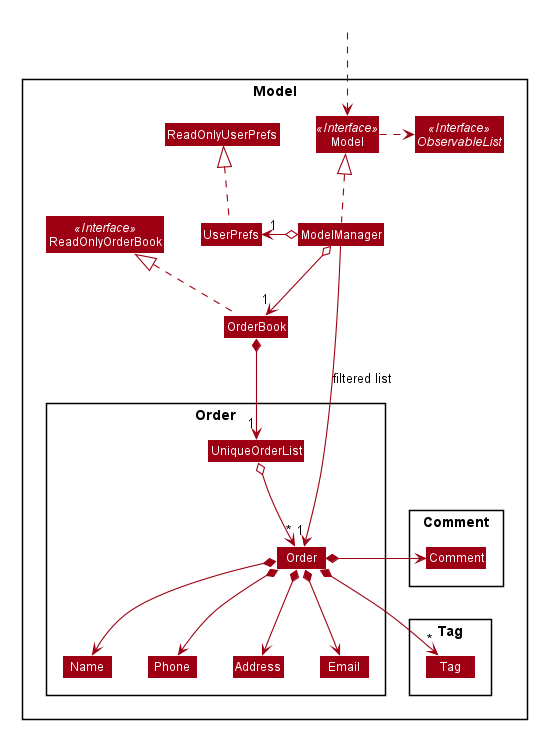
nus-cs2103-AY1920S2/addressbook-level3 keeps this PlantUML diagram as docs/images/ModelClassDiagram.png. Above is the earlier version. Source of this version:
```plantuml
@startuml








skinparam BackgroundColor #FFFFFFF

skinparam Shadowing false

skinparam Class {
    FontColor #FFFFFF
    BorderThickness 1
    BorderColor #FFFFFF
    StereotypeFontColor #FFFFFF
    FontName Arial
}

skinparam Actor {
    BorderColor #000000
    Color #000000
    FontName Arial
}

skinparam Sequence {
    MessageAlign center
    BoxFontSize 15
    BoxPadding 0
    BoxFontColor #FFFFFF
    FontName Arial
}

skinparam Participant {
    FontColor #FFFFFFF
    Padding 20
}

skinparam MinClassWidth 50
skinparam ParticipantPadding 10
skinparam Shadowing false
skinparam DefaultTextAlignment center
skinparam packageStyle Rectangle

hide footbox
hide members
hide circle
skinparam arrowThickness 1.1
skinparam arrowColor #9D0012
skinparam classBackgroundColor #9D0012

Package Model <<Rectangle>>{
Interface ReadOnlyOrderBook <<Interface>>
Interface Model <<Interface>>
Interface ObservableList <<Interface>>
Class OrderBook
Class ReadOnlyOrderBook
Class Model
Class ModelManager
Class UserPrefs
Class ReadOnlyUserPrefs

Package Order {
Class Order
Class Address
Class Email
Class Name
Class Phone
Class UniqueOrderList
}

Package Tag {
Class Tag
}

Package Comment {
Class Comment
}
}

Class HiddenOutside #FFFFFF
HiddenOutside ..> Model

OrderBook .up.|> ReadOnlyOrderBook

ModelManager .up.|> Model
Model .right.> ObservableList
ModelManager o--> "1" OrderBook
ModelManager o-left-> "1" UserPrefs
UserPrefs .up.|> ReadOnlyUserPrefs

OrderBook *--> "1" UniqueOrderList
UniqueOrderList o--> "*" Order
Order *--> Name
Order *--> Phone
Order *--> Email
Order *--> Address
Order *--> "*" Tag
Order *--> Comment

Name -[hidden]right-> Phone
Phone -[hidden]right-> Address
Address -[hidden]right-> Email
Order -[hidden]left-> Comment

ModelManager -->"1" Order : filtered list
@enduml
```
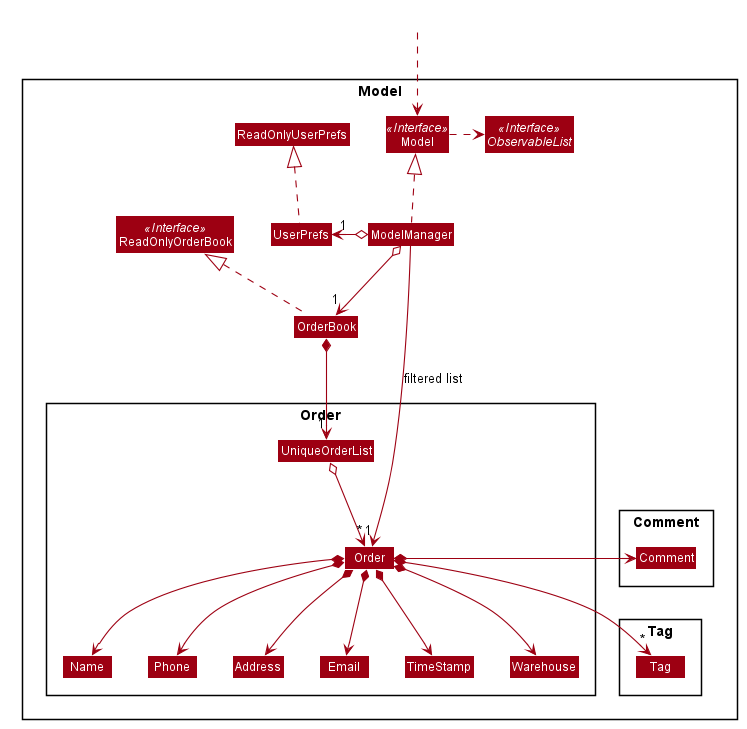
The same diagram one commit later.

Commit message:
Edit the UML diagram for model class, as new class, TimeStamp being added into the model.

The edit, as a diff of the source:
```diff
@@ -69,6 +69,8 @@
 Class Name
 Class Phone
 Class UniqueOrderList
+Class Warehouse
+Class TimeStamp
 }
 
 Package Tag {
@@ -98,12 +100,15 @@
 Order *--> Email
 Order *--> Address
 Order *--> "*" Tag
+Order *--> Warehouse
 Order *--> Comment
+Order *--> TimeStamp
 
 Name -[hidden]right-> Phone
 Phone -[hidden]right-> Address
 Address -[hidden]right-> Email
 Order -[hidden]left-> Comment
+TimeStamp -[hidden]right-> Warehouse
 
 ModelManager -->"1" Order : filtered list
 @enduml
```
